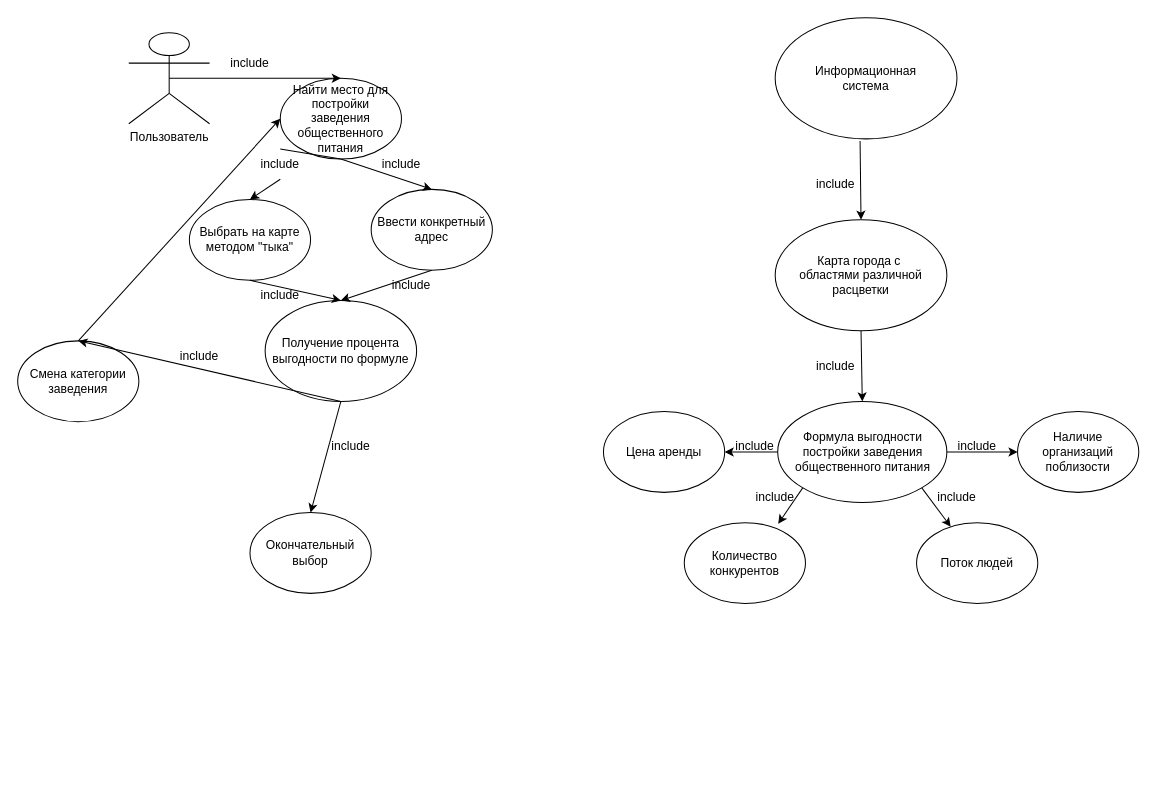
elmirhismatov/Diplom keeps this draw.io diagram as use case.drawio. Above is the earlier version. Source tidied: cells renumbered, new cells numbered last; positions are measured from the earlier drawing's top-left corner, leaving out a move shared by most shapes. Both pictures are drawn from the tidied source at 101%, with x=0, y=0 at pixel (17, 17).
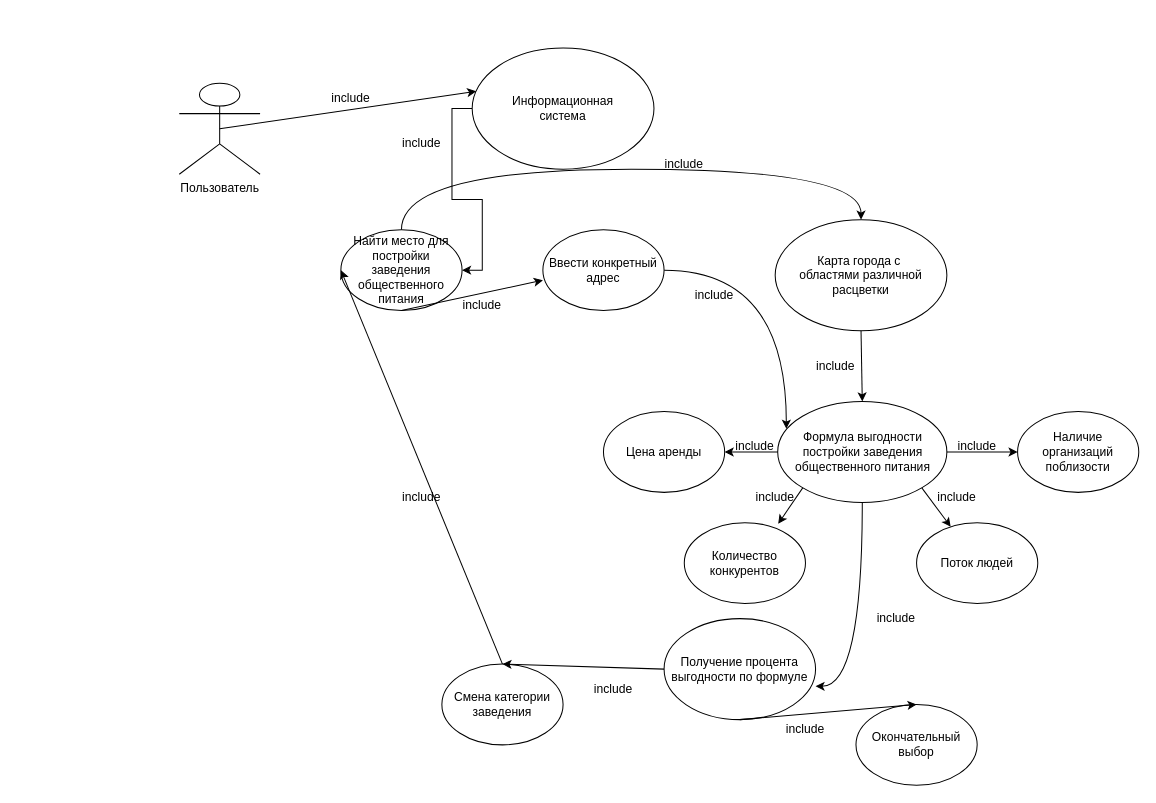
The same diagram, later.

The change refers to these unchanged cells:
```xml
<mxCell id="5" value="Карта города с&amp;nbsp;&lt;br&gt;областями различной расцветки" style="ellipse;whiteSpace=wrap;html=1;" parent="1" vertex="1">
  <mxGeometry x="750" y="200" width="170" height="110" as="geometry" />
</mxCell>
<mxCell id="6" value="Формула выгодности&lt;br&gt;постройки заведения&lt;br&gt;общественного питания" style="ellipse;whiteSpace=wrap;html=1;" parent="1" vertex="1">
  <mxGeometry x="752.5" y="380" width="167.5" height="100" as="geometry" />
</mxCell>
```

Diff of the diagram source:
```diff
@@
     <mxCell id="2" value="Пользователь" style="shape=umlActor;verticalLabelPosition=bottom;verticalAlign=top;html=1;outlineConnect=0;" parent="1" vertex="1">
-      <mxGeometry x="110" y="15" width="80" height="90" as="geometry" />
+      <mxGeometry x="160" y="65" width="80" height="90" as="geometry" />
     </mxCell>
+    <mxCell id="44" style="edgeStyle=orthogonalEdgeStyle;rounded=0;jettySize=auto;html=1;entryX=1;entryY=0.5;entryDx=0;entryDy=0;" parent="1" edge="1" source="3" target="22">
+      <mxGeometry relative="1" as="geometry" />
+    </mxCell>
     <mxCell id="3" value="Информационная&lt;br&gt;система" style="ellipse;whiteSpace=wrap;html=1;" parent="1" vertex="1">
-      <mxGeometry x="750" width="180" height="120" as="geometry" />
+      <mxGeometry x="450" y="30" width="180" height="120" as="geometry" />
     </mxCell>
-    <mxCell id="4" style="endArrow=classic;html=1;rounded=0;exitX=0.467;exitY=1.017;exitDx=0;exitDy=0;exitPerimeter=0;entryX=0.5;entryY=0;entryDx=0;entryDy=0;" parent="1" edge="1" source="3" target="5">
-      <mxGeometry relative="1" as="geometry" />
-    </mxCell>
@@
+    <mxCell id="45" style="edgeStyle=orthogonalEdgeStyle;curved=1;rounded=0;jettySize=auto;html=1;entryX=1;entryY=0.67;entryDx=0;entryDy=0;entryPerimeter=0;" parent="1" edge="1" source="6" target="28">
+      <mxGeometry relative="1" as="geometry" />
+    </mxCell>
@@
     <mxCell id="16" value="include" style="text;html=1;strokeColor=none;fillColor=none;align=center;verticalAlign=middle;whiteSpace=wrap;rounded=0;" parent="1" vertex="1">
-      <mxGeometry x="780" y="150" width="60" height="30" as="geometry" />
+      <mxGeometry x="630" y="130" width="60" height="30" as="geometry" />
     </mxCell>
@@
+    <mxCell id="46" style="edgeStyle=orthogonalEdgeStyle;rounded=0;jettySize=auto;html=1;curved=1;" parent="1" edge="1" source="22" target="5">
+      <mxGeometry relative="1" as="geometry">
+        <Array as="points">
+          <mxPoint x="835" y="150" />
+        </Array>
+      </mxGeometry>
+    </mxCell>
     <mxCell id="22" value="Найти место для постройки заведения общественного питания" style="ellipse;whiteSpace=wrap;html=1;" parent="1" vertex="1">
-      <mxGeometry x="260" y="60" width="120" height="80" as="geometry" />
+      <mxGeometry x="320" y="210" width="120" height="80" as="geometry" />
     </mxCell>
-    <mxCell id="23" style="endArrow=classic;html=1;rounded=0;entryX=0.5;entryY=0;entryDx=0;entryDy=0;exitX=0.5;exitY=0.5;exitDx=0;exitDy=0;exitPerimeter=0;" parent="1" edge="1" source="2" target="22">
+    <mxCell id="23" style="endArrow=classic;html=1;rounded=0;entryX=0.022;entryY=0.358;entryDx=0;entryDy=0;exitX=0.5;exitY=0.5;exitDx=0;exitDy=0;exitPerimeter=0;entryPerimeter=0;" parent="1" edge="1" source="2" target="3">
       <mxGeometry relative="1" as="geometry" />
     </mxCell>
-    <mxCell id="24" value="Выбрать на карте методом &quot;тыка&quot;" style="ellipse;whiteSpace=wrap;html=1;" parent="1" vertex="1">
-      <mxGeometry x="170" y="180" width="120" height="80" as="geometry" />
-    </mxCell>
+    <mxCell id="47" style="edgeStyle=orthogonalEdgeStyle;curved=1;rounded=0;jettySize=auto;html=1;entryX=0.051;entryY=0.27;entryDx=0;entryDy=0;entryPerimeter=0;" parent="1" edge="1" source="25" target="6">
+      <mxGeometry relative="1" as="geometry" />
+    </mxCell>
     <mxCell id="25" value="Ввести конкретный адрес" style="ellipse;whiteSpace=wrap;html=1;" parent="1" vertex="1">
-      <mxGeometry x="350" y="170" width="120" height="80" as="geometry" />
+      <mxGeometry x="520" y="210" width="120" height="80" as="geometry" />
     </mxCell>
-    <mxCell id="26" style="endArrow=classic;html=1;rounded=0;exitX=0.5;exitY=1;exitDx=0;exitDy=0;entryX=0.5;entryY=0;entryDx=0;entryDy=0;startArrow=none;" parent="1" edge="1" source="38" target="24">
-      <mxGeometry relative="1" as="geometry" />
-    </mxCell>
-    <mxCell id="27" style="endArrow=classic;html=1;rounded=0;exitX=0.5;exitY=1;exitDx=0;exitDy=0;entryX=0.5;entryY=0;entryDx=0;entryDy=0;" parent="1" edge="1" source="22" target="25">
-      <mxGeometry relative="1" as="geometry" />
+    <mxCell id="27" style="endArrow=classic;html=1;rounded=0;exitX=0.5;exitY=1;exitDx=0;exitDy=0;entryX=0.5;entryY=0;entryDx=0;entryDy=0;" parent="1" edge="1" source="22">
+      <mxGeometry relative="1" as="geometry">
+        <mxPoint x="520" y="260" as="targetPoint" />
+      </mxGeometry>
     </mxCell>
     <mxCell id="28" value="Получение процента выгодности по формуле" style="ellipse;whiteSpace=wrap;html=1;" parent="1" vertex="1">
-      <mxGeometry x="245" y="280" width="150" height="100" as="geometry" />
+      <mxGeometry x="640" y="595" width="150" height="100" as="geometry" />
     </mxCell>
-    <mxCell id="29" style="endArrow=classic;html=1;rounded=0;exitX=0.5;exitY=1;exitDx=0;exitDy=0;entryX=0.5;entryY=0;entryDx=0;entryDy=0;" parent="1" edge="1" source="24" target="28">
-      <mxGeometry relative="1" as="geometry" />
-    </mxCell>
-    <mxCell id="30" style="endArrow=classic;html=1;rounded=0;exitX=0.5;exitY=1;exitDx=0;exitDy=0;entryX=0.5;entryY=0;entryDx=0;entryDy=0;" parent="1" edge="1" source="25" target="28">
-      <mxGeometry relative="1" as="geometry" />
-    </mxCell>
     <mxCell id="31" value="Смена категории заведения" style="ellipse;whiteSpace=wrap;html=1;" parent="1" vertex="1">
-      <mxGeometry y="320" width="120" height="80" as="geometry" />
+      <mxGeometry x="420" y="640" width="120" height="80" as="geometry" />
     </mxCell>
-    <mxCell id="32" style="endArrow=classic;html=1;rounded=0;exitX=0.5;exitY=1;exitDx=0;exitDy=0;entryX=0.5;entryY=0;entryDx=0;entryDy=0;" parent="1" edge="1" source="28" target="31">
+    <mxCell id="32" style="endArrow=classic;html=1;rounded=0;exitX=0;exitY=0.5;exitDx=0;exitDy=0;entryX=0.5;entryY=0;entryDx=0;entryDy=0;" parent="1" edge="1" source="28" target="31">
       <mxGeometry relative="1" as="geometry" />
     </mxCell>
     <mxCell id="33" value="Окончательный выбор" style="ellipse;whiteSpace=wrap;html=1;" parent="1" vertex="1">
-      <mxGeometry x="230" y="490" width="120" height="80" as="geometry" />
+      <mxGeometry x="830" y="680" width="120" height="80" as="geometry" />
     </mxCell>
@@
     <mxCell id="36" value="include" style="text;html=1;strokeColor=none;fillColor=none;align=center;verticalAlign=middle;whiteSpace=wrap;rounded=0;" parent="1" vertex="1">
-      <mxGeometry x="200" y="30" width="60" height="30" as="geometry" />
+      <mxGeometry x="300" y="65" width="60" height="30" as="geometry" />
     </mxCell>
     <mxCell id="37" value="include" style="text;html=1;strokeColor=none;fillColor=none;align=center;verticalAlign=middle;whiteSpace=wrap;rounded=0;" parent="1" vertex="1">
-      <mxGeometry x="350" y="130" width="60" height="30" as="geometry" />
+      <mxGeometry x="430" y="270" width="60" height="30" as="geometry" />
     </mxCell>
-    <mxCell id="38" value="include" style="text;html=1;strokeColor=none;fillColor=none;align=center;verticalAlign=middle;whiteSpace=wrap;rounded=0;" parent="1" vertex="1">
-      <mxGeometry x="230" y="130" width="60" height="30" as="geometry" />
-    </mxCell>
-    <mxCell id="39" style="endArrow=none;html=1;rounded=0;exitX=0.5;exitY=1;exitDx=0;exitDy=0;entryX=0.5;entryY=0;entryDx=0;entryDy=0;" parent="1" edge="1" source="22" target="38">
-      <mxGeometry relative="1" as="geometry" />
-    </mxCell>
-    <mxCell id="40" value="include" style="text;html=1;strokeColor=none;fillColor=none;align=center;verticalAlign=middle;whiteSpace=wrap;rounded=0;" parent="1" vertex="1">
-      <mxGeometry x="230" y="260" width="60" height="30" as="geometry" />
-    </mxCell>
     <mxCell id="41" value="include" style="text;html=1;strokeColor=none;fillColor=none;align=center;verticalAlign=middle;whiteSpace=wrap;rounded=0;" parent="1" vertex="1">
-      <mxGeometry x="360" y="250" width="60" height="30" as="geometry" />
+      <mxGeometry x="560" y="650" width="60" height="30" as="geometry" />
     </mxCell>
     <mxCell id="42" value="include" style="text;html=1;strokeColor=none;fillColor=none;align=center;verticalAlign=middle;whiteSpace=wrap;rounded=0;" parent="1" vertex="1">
-      <mxGeometry x="300" y="410" width="60" height="30" as="geometry" />
+      <mxGeometry x="840" y="580" width="60" height="30" as="geometry" />
     </mxCell>
     <mxCell id="43" value="include" style="text;html=1;strokeColor=none;fillColor=none;align=center;verticalAlign=middle;whiteSpace=wrap;rounded=0;" parent="1" vertex="1">
-      <mxGeometry x="150" y="320" width="60" height="30" as="geometry" />
+      <mxGeometry x="370" y="460" width="60" height="30" as="geometry" />
     </mxCell>
+    <mxCell id="48" value="include" style="text;html=1;strokeColor=none;fillColor=none;align=center;verticalAlign=middle;whiteSpace=wrap;rounded=0;" parent="1" vertex="1">
+      <mxGeometry x="370" y="110" width="60" height="30" as="geometry" />
+    </mxCell>
+    <mxCell id="49" value="include" style="text;html=1;strokeColor=none;fillColor=none;align=center;verticalAlign=middle;whiteSpace=wrap;rounded=0;" parent="1" vertex="1">
+      <mxGeometry x="750" y="690" width="60" height="30" as="geometry" />
+    </mxCell>
+    <mxCell id="50" value="include" style="text;html=1;strokeColor=none;fillColor=none;align=center;verticalAlign=middle;whiteSpace=wrap;rounded=0;" parent="1" vertex="1">
+      <mxGeometry x="660" y="260" width="60" height="30" as="geometry" />
+    </mxCell>
```
